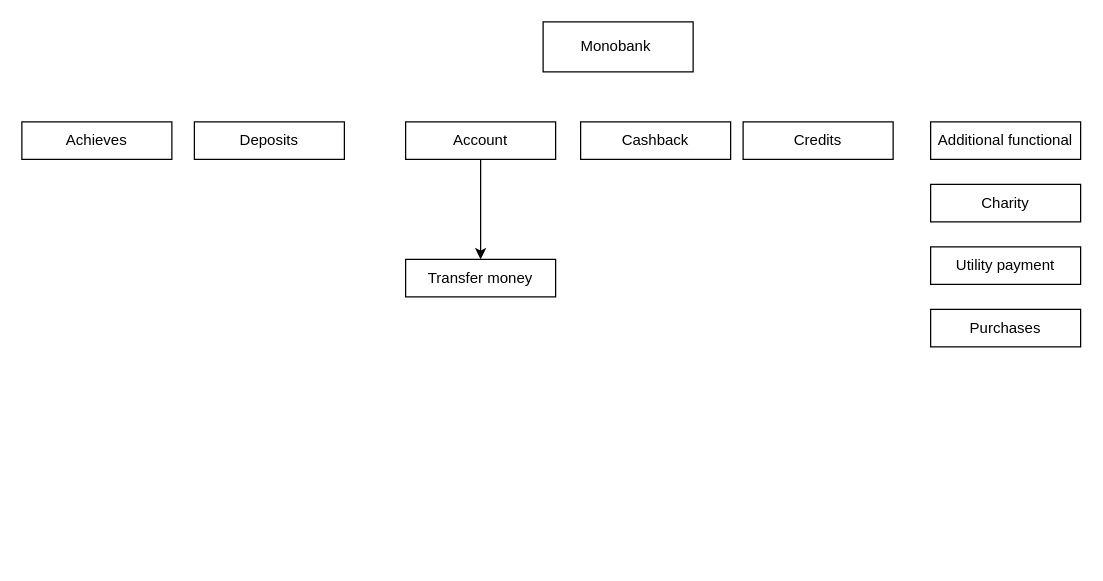
This is Decomposition.drawio from incfl0w/drawio, a draw.io file, before an edit. Source tidied: cells renumbered, new cells numbered last; positions are measured from the earlier drawing's top-left corner, leaving out a move shared by most shapes. Both pictures are drawn from the tidied source at 125%, with x=0, y=0 at pixel (21, 21).
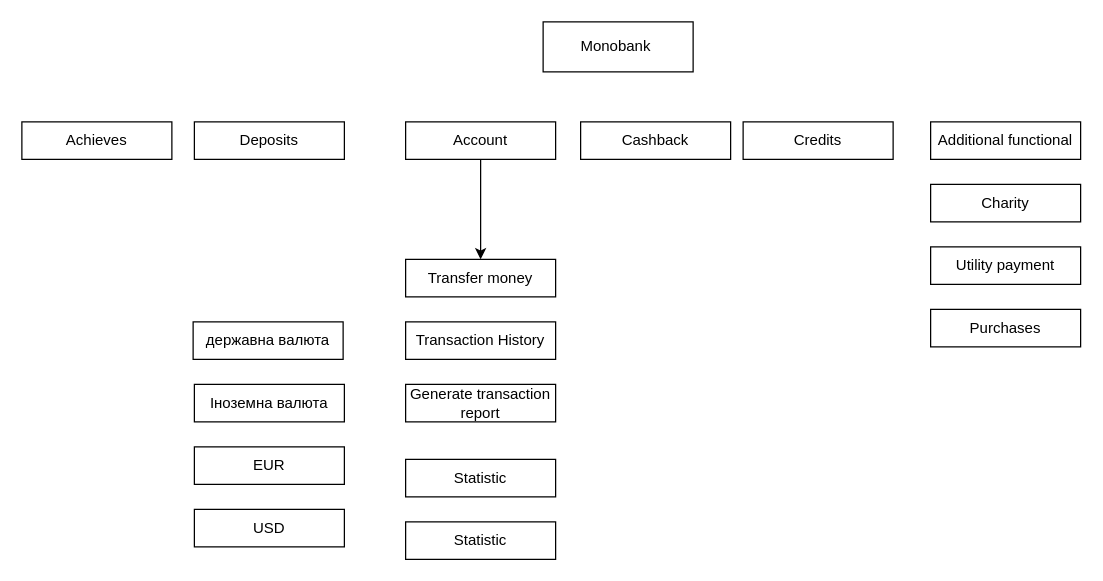
Above is the later version.

What changed in the source:
```diff
@@
+    <mxCell id="14" value="Transaction History" style="whiteSpace=wrap;html=1;" parent="1" vertex="1">
+      <mxGeometry x="307" y="240" width="120" height="30" as="geometry" />
+    </mxCell>
+    <mxCell id="15" value="Generate transaction report" style="whiteSpace=wrap;html=1;" parent="1" vertex="1">
+      <mxGeometry x="307" y="290" width="120" height="30" as="geometry" />
+    </mxCell>
+    <mxCell id="16" value="Statistic" style="whiteSpace=wrap;html=1;" parent="1" vertex="1">
+      <mxGeometry x="307" y="350" width="120" height="30" as="geometry" />
+    </mxCell>
+    <mxCell id="17" value="Statistic" style="whiteSpace=wrap;html=1;" parent="1" vertex="1">
+      <mxGeometry x="307" y="400" width="120" height="30" as="geometry" />
+    </mxCell>
+    <mxCell id="18" value="EUR" style="whiteSpace=wrap;html=1;" parent="1" vertex="1">
+      <mxGeometry x="138" y="340" width="120" height="30" as="geometry" />
+    </mxCell>
+    <mxCell id="19" value="USD" style="whiteSpace=wrap;html=1;" parent="1" vertex="1">
+      <mxGeometry x="138" y="390" width="120" height="30" as="geometry" />
+    </mxCell>
+    <mxCell id="20" value="Іноземна валюта" style="whiteSpace=wrap;html=1;" parent="1" vertex="1">
+      <mxGeometry x="138" y="290" width="120" height="30" as="geometry" />
+    </mxCell>
+    <mxCell id="21" value="державна валюта" style="whiteSpace=wrap;html=1;" parent="1" vertex="1">
+      <mxGeometry x="137" y="240" width="120" height="30" as="geometry" />
+    </mxCell>
```
